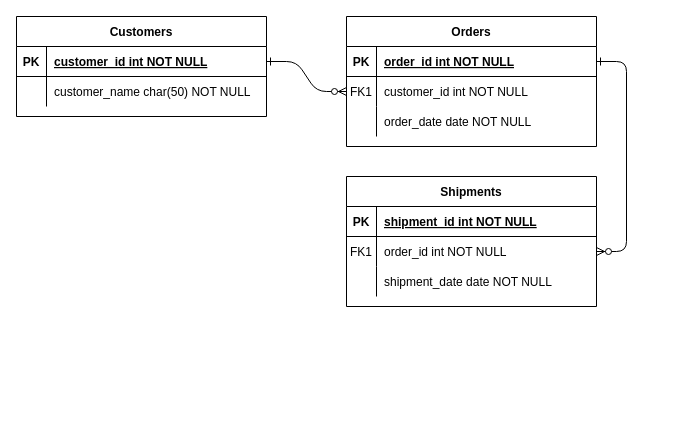
PizzaMyHeart/diosketches keeps this draw.io diagram as bdcb.drawio. Above is the earlier version. Source tidied: cells renumbered, new cells numbered last; positions are measured from the earlier drawing's top-left corner, leaving out a move shared by most shapes. Both pictures are drawn from the tidied source at 100%, with x=0, y=0 at pixel (16, 16).
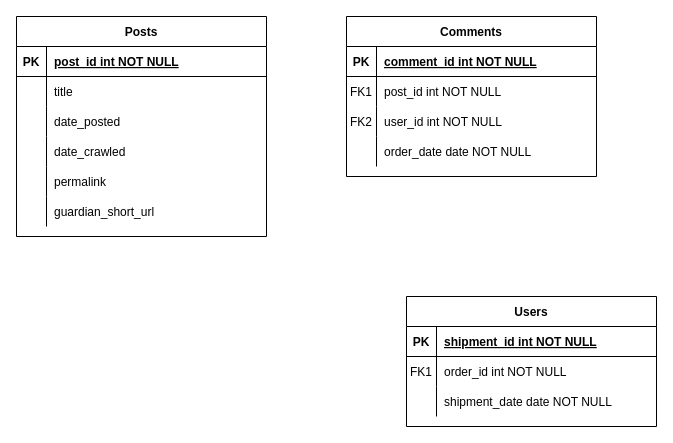
The same page after the edit.

Commit message:
posts table

The change refers to these unchanged cells:
```xml
<mxCell id="5" style="shape=partialRectangle;fillColor=none;points=[[0,0.5],[1,0.5]];portConstraint=eastwest;top=0;left=0;right=0;bottom=1;" parent="4" vertex="1">
  <mxGeometry y="30" width="250" height="30" as="geometry" />
</mxCell>
<mxCell id="8" style="shape=partialRectangle;fillColor=none;points=[[0,0.5],[1,0.5]];portConstraint=eastwest;top=0;left=0;right=0;bottom=0;" parent="4" vertex="1">
  <mxGeometry y="60" width="250" height="30" as="geometry" />
</mxCell>
<mxCell id="18" style="shape=partialRectangle;fillColor=none;points=[[0,0.5],[1,0.5]];portConstraint=eastwest;top=0;left=0;right=0;bottom=0;" parent="14" vertex="1">
  <mxGeometry y="60" width="250" height="30" as="geometry" />
</mxCell>
<mxCell id="25" style="shape=partialRectangle;fillColor=none;points=[[0,0.5],[1,0.5]];portConstraint=eastwest;top=0;left=0;right=0;bottom=1;" parent="24" vertex="1">
  <mxGeometry y="30" width="250" height="30" as="geometry" />
</mxCell>
<mxCell id="28" style="shape=partialRectangle;fillColor=none;top=0;left=0;right=0;bottom=0;" parent="24" vertex="1">
  <mxGeometry y="60" width="250" height="30" as="geometry" />
</mxCell>
```

The edit, as a diff of the source:
```diff
@@
-    <mxCell id="2" style="edgeStyle=entityRelationEdgeStyle;endArrow=ERzeroToMany;startArrow=ERone;endFill=1;startFill=0;" parent="1" edge="1" source="25" target="8">
-      <mxGeometry relative="1" as="geometry" />
-    </mxCell>
-    <mxCell id="3" style="edgeStyle=entityRelationEdgeStyle;endArrow=ERzeroToMany;startArrow=ERone;endFill=1;startFill=0;" parent="1" edge="1" source="5" target="18">
-      <mxGeometry relative="1" as="geometry" />
-    </mxCell>
-    <mxCell id="4" value="Orders" style="shape=table;startSize=30;childLayout=tableLayout;rowLines=0;fontStyle=1;align=center;" parent="1" vertex="1">
-      <mxGeometry x="330" width="250" height="130" as="geometry" />
+    <mxCell id="4" value="Comments" style="shape=table;startSize=30;childLayout=tableLayout;rowLines=0;fontStyle=1;align=center;" parent="1" vertex="1">
+      <mxGeometry x="330" width="250" height="160" as="geometry" />
     </mxCell>
@@
-    <mxCell id="7" value="order_id int NOT NULL " style="shape=partialRectangle;overflow=hidden;fillColor=none;top=0;left=0;bottom=0;right=0;align=left;spacingLeft=6;fontStyle=5;" parent="5" vertex="1">
+    <mxCell id="7" value="comment_id int NOT NULL " style="shape=partialRectangle;overflow=hidden;fillColor=none;top=0;left=0;bottom=0;right=0;align=left;spacingLeft=6;fontStyle=5;" parent="5" vertex="1">
       <mxGeometry x="30" width="220" height="30" as="geometry" />
     </mxCell>
@@
-    <mxCell id="10" value="customer_id int NOT NULL" style="shape=partialRectangle;overflow=hidden;fillColor=none;top=0;left=0;bottom=0;right=0;align=left;spacingLeft=6;" parent="8" vertex="1">
+    <mxCell id="10" value="post_id int NOT NULL" style="shape=partialRectangle;overflow=hidden;fillColor=none;top=0;left=0;bottom=0;right=0;align=left;spacingLeft=6;" parent="8" vertex="1">
       <mxGeometry x="30" width="220" height="30" as="geometry" />
     </mxCell>
+    <mxCell id="31" style="shape=partialRectangle;fillColor=none;top=0;left=0;right=0;bottom=0;" parent="4" vertex="1">
+      <mxGeometry y="90" width="250" height="30" as="geometry" />
+    </mxCell>
+    <mxCell id="32" value="FK2" style="shape=partialRectangle;overflow=hidden;fillColor=none;top=0;left=0;bottom=0;right=0;" parent="31" vertex="1">
+      <mxGeometry width="30" height="30" as="geometry" />
+    </mxCell>
+    <mxCell id="33" value="user_id int NOT NULL" style="shape=partialRectangle;overflow=hidden;fillColor=none;top=0;left=0;bottom=0;right=0;align=left;spacingLeft=6;" parent="31" vertex="1">
+      <mxGeometry x="30" width="220" height="30" as="geometry" />
+    </mxCell>
     <mxCell id="11" style="shape=partialRectangle;fillColor=none;top=0;left=0;right=0;bottom=0;" parent="4" vertex="1">
-      <mxGeometry y="90" width="250" height="30" as="geometry" />
+      <mxGeometry y="120" width="250" height="30" as="geometry" />
     </mxCell>
@@
-    <mxCell id="14" value="Shipments" style="shape=table;startSize=30;childLayout=tableLayout;rowLines=0;fontStyle=1;align=center;" parent="1" vertex="1">
-      <mxGeometry x="330" y="160" width="250" height="130" as="geometry" />
+    <mxCell id="14" value="Users" style="shape=table;startSize=30;childLayout=tableLayout;rowLines=0;fontStyle=1;align=center;" parent="1" vertex="1">
+      <mxGeometry x="390" y="280" width="250" height="130" as="geometry" />
     </mxCell>
@@
-    <mxCell id="24" value="Customers" style="shape=table;startSize=30;childLayout=tableLayout;rowLines=0;fontStyle=1;align=center;" parent="1" vertex="1">
-      <mxGeometry width="250" height="100" as="geometry" />
+    <mxCell id="24" value="Posts" style="shape=table;startSize=30;childLayout=tableLayout;rowLines=0;fontStyle=1;align=center;" parent="1" vertex="1">
+      <mxGeometry width="250" height="220" as="geometry" />
     </mxCell>
@@
-    <mxCell id="27" value="customer_id int NOT NULL " style="shape=partialRectangle;overflow=hidden;fillColor=none;top=0;left=0;bottom=0;right=0;align=left;spacingLeft=6;fontStyle=5;" parent="25" vertex="1">
+    <mxCell id="27" value="post_id int NOT NULL " style="shape=partialRectangle;overflow=hidden;fillColor=none;top=0;left=0;bottom=0;right=0;align=left;spacingLeft=6;fontStyle=5;" parent="25" vertex="1">
       <mxGeometry x="30" width="220" height="30" as="geometry" />
     </mxCell>
@@
-    <mxCell id="30" value="customer_name char(50) NOT NULL" style="shape=partialRectangle;overflow=hidden;fillColor=none;top=0;left=0;bottom=0;right=0;align=left;spacingLeft=6;" parent="28" vertex="1">
+    <mxCell id="30" value="title" style="shape=partialRectangle;overflow=hidden;fillColor=none;top=0;left=0;bottom=0;right=0;align=left;spacingLeft=6;" parent="28" vertex="1">
       <mxGeometry x="30" width="220" height="30" as="geometry" />
     </mxCell>
+    <mxCell id="34" style="shape=partialRectangle;fillColor=none;top=0;left=0;right=0;bottom=0;" parent="24" vertex="1">
+      <mxGeometry y="90" width="250" height="30" as="geometry" />
+    </mxCell>
+    <mxCell id="35" style="shape=partialRectangle;overflow=hidden;fillColor=none;top=0;left=0;bottom=0;right=0;" parent="34" vertex="1">
+      <mxGeometry width="30" height="30" as="geometry" />
+    </mxCell>
+    <mxCell id="36" value="date_posted" style="shape=partialRectangle;overflow=hidden;fillColor=none;top=0;left=0;bottom=0;right=0;align=left;spacingLeft=6;" parent="34" vertex="1">
+      <mxGeometry x="30" width="220" height="30" as="geometry" />
+    </mxCell>
+    <mxCell id="37" style="shape=partialRectangle;fillColor=none;top=0;left=0;right=0;bottom=0;" parent="24" vertex="1">
+      <mxGeometry y="120" width="250" height="30" as="geometry" />
+    </mxCell>
+    <mxCell id="38" style="shape=partialRectangle;overflow=hidden;fillColor=none;top=0;left=0;bottom=0;right=0;" parent="37" vertex="1">
+      <mxGeometry width="30" height="30" as="geometry" />
+    </mxCell>
+    <mxCell id="39" value="date_crawled" style="shape=partialRectangle;overflow=hidden;fillColor=none;top=0;left=0;bottom=0;right=0;align=left;spacingLeft=6;" parent="37" vertex="1">
+      <mxGeometry x="30" width="220" height="30" as="geometry" />
+    </mxCell>
+    <mxCell id="40" style="shape=partialRectangle;fillColor=none;top=0;left=0;right=0;bottom=0;" parent="24" vertex="1">
+      <mxGeometry y="150" width="250" height="30" as="geometry" />
+    </mxCell>
+    <mxCell id="41" style="shape=partialRectangle;overflow=hidden;fillColor=none;top=0;left=0;bottom=0;right=0;" parent="40" vertex="1">
+      <mxGeometry width="30" height="30" as="geometry" />
+    </mxCell>
+    <mxCell id="42" value="permalink" style="shape=partialRectangle;overflow=hidden;fillColor=none;top=0;left=0;bottom=0;right=0;align=left;spacingLeft=6;" parent="40" vertex="1">
+      <mxGeometry x="30" width="220" height="30" as="geometry" />
+    </mxCell>
+    <mxCell id="43" style="shape=partialRectangle;fillColor=none;top=0;left=0;right=0;bottom=0;" parent="24" vertex="1">
+      <mxGeometry y="180" width="250" height="30" as="geometry" />
+    </mxCell>
+    <mxCell id="44" style="shape=partialRectangle;overflow=hidden;fillColor=none;top=0;left=0;bottom=0;right=0;" parent="43" vertex="1">
+      <mxGeometry width="30" height="30" as="geometry" />
+    </mxCell>
+    <mxCell id="45" value="guardian_short_url" style="shape=partialRectangle;overflow=hidden;fillColor=none;top=0;left=0;bottom=0;right=0;align=left;spacingLeft=6;" parent="43" vertex="1">
+      <mxGeometry x="30" width="220" height="30" as="geometry" />
+    </mxCell>
```
